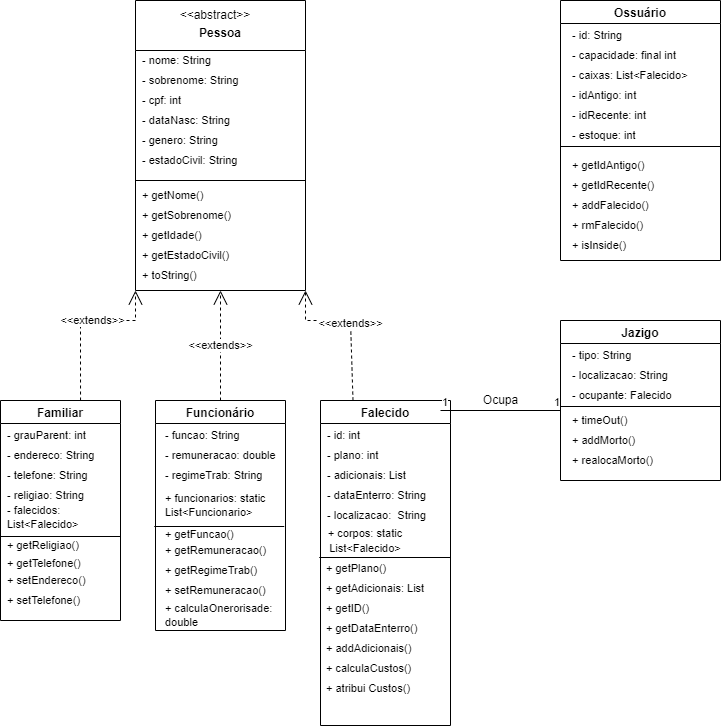
cemiterioPOO/Cemiterio keeps this draw.io diagram as Diagrama_cemiterio.png. Above is the earlier version. Source tidied: cells renumbered, new cells last; positions are measured from the earlier drawing's top-left corner, leaving out a move shared by most shapes.
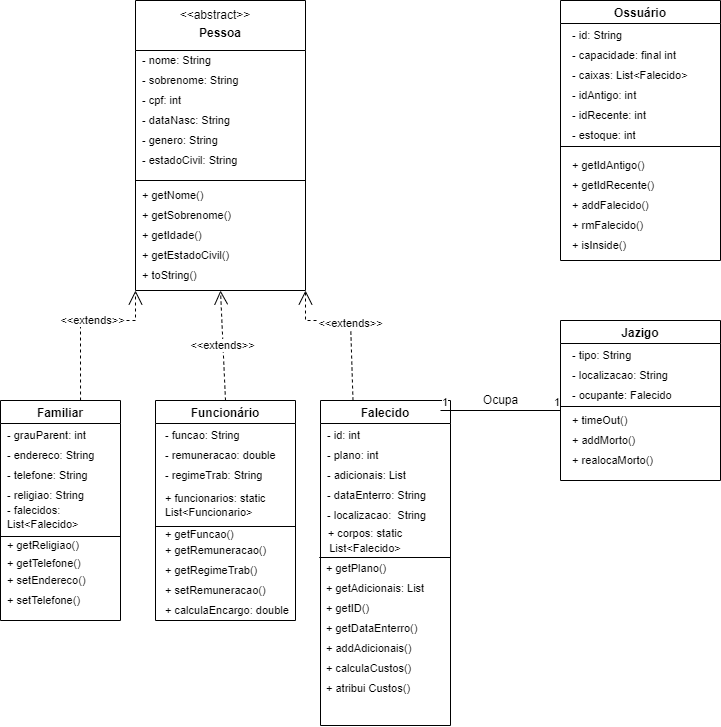
The same diagram one commit later.

What changed in the source:
```diff
@@ -105,7 +105,7 @@
       <mxGeometry x="5" y="102" width="125" height="30" as="geometry" />
     </mxCell>
     <mxCell id="35" value="Funcionário" style="swimlane;" parent="1" vertex="1">
-      <mxGeometry x="155" y="400" width="130" height="230" as="geometry" />
+      <mxGeometry x="155" y="400" width="140" height="220" as="geometry" />
     </mxCell>
     <mxCell id="36" value="- funcao: String" style="text;html=1;strokeColor=none;fillColor=none;align=left;verticalAlign=middle;whiteSpace=wrap;rounded=0;fontSize=11;" parent="35" vertex="1">
       <mxGeometry x="7.5" y="20" width="95" height="30" as="geometry" />
@@ -117,7 +117,7 @@
       <mxGeometry x="7.5" y="60" width="120" height="30" as="geometry" />
     </mxCell>
     <mxCell id="39" style="line;strokeWidth=1;fillColor=none;align=left;verticalAlign=middle;spacingTop=-1;spacingLeft=3;spacingRight=3;labelPosition=right;fontSize=11;" parent="35" vertex="1">
-      <mxGeometry x="-1.2" y="122" width="130" height="8" as="geometry" />
+      <mxGeometry y="122" width="140" height="8" as="geometry" />
     </mxCell>
     <mxCell id="40" value="+ getFuncao()" style="text;html=1;strokeColor=none;fillColor=none;align=left;verticalAlign=middle;whiteSpace=wrap;rounded=0;fontSize=11;" parent="35" vertex="1">
       <mxGeometry x="7.5" y="114" width="112.5" height="40" as="geometry" />
@@ -131,8 +131,8 @@
     <mxCell id="43" value="+ setRemuneracao()" style="text;html=1;strokeColor=none;fillColor=none;align=left;verticalAlign=middle;whiteSpace=wrap;rounded=0;fontSize=11;" parent="35" vertex="1">
       <mxGeometry x="7.5" y="170" width="112.5" height="40" as="geometry" />
     </mxCell>
-    <mxCell id="44" value="+ calculaOnerorisade: double" style="text;html=1;strokeColor=none;fillColor=none;align=left;verticalAlign=middle;whiteSpace=wrap;rounded=0;fontSize=11;" parent="35" vertex="1">
-      <mxGeometry x="7.5" y="200" width="112.5" height="30" as="geometry" />
+    <mxCell id="44" value="+ calculaEncargo: double" style="text;html=1;strokeColor=none;fillColor=none;align=left;verticalAlign=middle;whiteSpace=wrap;rounded=0;fontSize=11;" parent="35" vertex="1">
+      <mxGeometry x="7.5" y="190" width="132.5" height="40" as="geometry" />
     </mxCell>
     <mxCell id="45" value="&lt;span style=&quot;&quot;&gt;+ funcionarios: static List&amp;lt;Funcionario&amp;gt;&lt;/span&gt;" style="text;html=1;strokeColor=none;fillColor=none;align=left;verticalAlign=middle;whiteSpace=wrap;rounded=0;fontSize=11;" parent="35" vertex="1">
       <mxGeometry x="7.5" y="90" width="120" height="30" as="geometry" />
```
